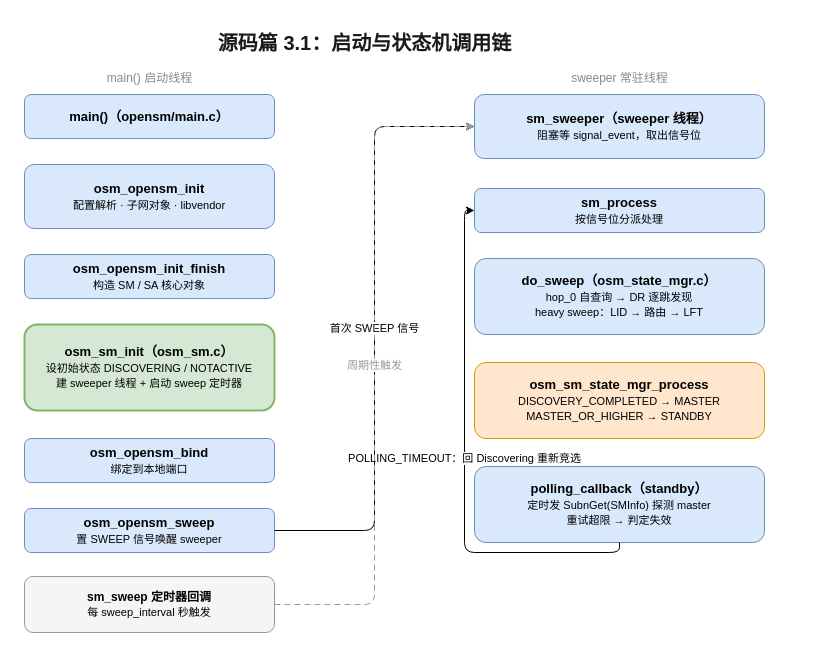
Above: images/23-opensm-code-startup.drawio in xiaok1051/Articles (draw.io), before the change. Source tidied: cells renumbered, new cells numbered last; positions are measured from the earlier drawing's top-left corner, leaving out a move shared by most shapes. Both pictures are drawn from the tidied source at 100%, with x=0, y=0 at pixel (24, 24).
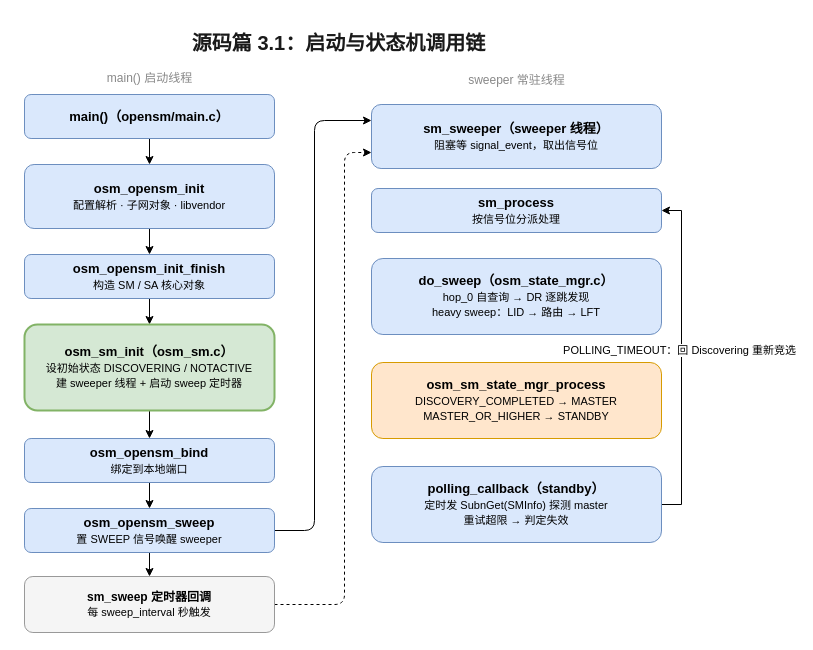
The same diagram, later.

Commit message (it also covers changes not shown here):
redraw(opensm): 按手动调整重绘 3.1 启动调用链图

.drawio 源由用户手动调整：定时器移至 osm_opensm_sweep 下方、
POLLING_TIMEOUT 回环改右侧绕行。据此重绘 SVG 并导出 PNG。

Unchanged cells that the change refers to:
```xml
<mxCell id="5" value="&lt;b&gt;main()（opensm/main.c）&lt;/b&gt;" style="rounded=1;whiteSpace=wrap;html=1;fillColor=#dae8fc;strokeColor=#6c8ebf;fontSize=13;" parent="1" vertex="1">
  <mxGeometry y="70" width="250" height="44" as="geometry" />
</mxCell>
<mxCell id="6" value="&lt;b&gt;osm_opensm_init&lt;/b&gt;&lt;br&gt;&lt;font style=&quot;font-size:11px&quot;&gt;配置解析 · 子网对象 · libvendor&lt;/font&gt;" style="rounded=1;whiteSpace=wrap;html=1;fillColor=#dae8fc;strokeColor=#6c8ebf;fontSize=13;" parent="1" vertex="1">
  <mxGeometry y="140" width="250" height="64" as="geometry" />
</mxCell>
<mxCell id="7" value="&lt;b&gt;osm_opensm_init_finish&lt;/b&gt;&lt;br&gt;&lt;font style=&quot;font-size:11px&quot;&gt;构造 SM / SA 核心对象&lt;/font&gt;" style="rounded=1;whiteSpace=wrap;html=1;fillColor=#dae8fc;strokeColor=#6c8ebf;fontSize=13;" parent="1" vertex="1">
  <mxGeometry y="230" width="250" height="44" as="geometry" />
</mxCell>
<mxCell id="8" value="&lt;b&gt;osm_sm_init（osm_sm.c）&lt;/b&gt;&lt;br&gt;&lt;font style=&quot;font-size:11px&quot;&gt;设初始状态 DISCOVERING / NOTACTIVE&lt;br&gt;建 sweeper 线程 + 启动 sweep 定时器&lt;/font&gt;" style="rounded=1;whiteSpace=wrap;html=1;fillColor=#d5e8d4;strokeColor=#82b366;strokeWidth=2;fontSize=13;" parent="1" vertex="1">
  <mxGeometry y="300" width="250" height="86" as="geometry" />
</mxCell>
<mxCell id="9" value="&lt;b&gt;osm_opensm_bind&lt;/b&gt;&lt;br&gt;&lt;font style=&quot;font-size:11px&quot;&gt;绑定到本地端口&lt;/font&gt;" style="rounded=1;whiteSpace=wrap;html=1;fillColor=#dae8fc;strokeColor=#6c8ebf;fontSize=13;" parent="1" vertex="1">
  <mxGeometry y="414" width="250" height="44" as="geometry" />
</mxCell>
<mxCell id="10" value="&lt;b&gt;osm_opensm_sweep&lt;/b&gt;&lt;br&gt;&lt;font style=&quot;font-size:11px&quot;&gt;置 SWEEP 信号唤醒 sweeper&lt;/font&gt;" style="rounded=1;whiteSpace=wrap;html=1;fillColor=#dae8fc;strokeColor=#6c8ebf;fontSize=13;" parent="1" vertex="1">
  <mxGeometry y="484" width="250" height="44" as="geometry" />
</mxCell>
<mxCell id="16" value="&lt;b&gt;sm_sweep 定时器回调&lt;/b&gt;&lt;br&gt;&lt;font style=&quot;font-size:11px&quot;&gt;每 sweep_interval 秒触发&lt;/font&gt;" style="rounded=1;whiteSpace=wrap;html=1;fillColor=#f5f5f5;strokeColor=#999999;fontSize=12;" parent="1" vertex="1">
  <mxGeometry y="552" width="250" height="56" as="geometry" />
</mxCell>
```

Diff of the diagram source:
```diff
@@
     <mxCell id="2" value="源码篇 3.1：启动与状态机调用链" style="text;html=1;fontSize=20;fontStyle=1;align=center;fontColor=#1a1a1a;" parent="1" vertex="1">
-      <mxGeometry x="140" width="400" height="30" as="geometry" />
+      <mxGeometry x="114" width="400" height="30" as="geometry" />
     </mxCell>
@@
     <mxCell id="4" value="sweeper 常驻线程" style="text;html=1;fontSize=12;align=center;fontColor=#888888;" parent="1" vertex="1">
-      <mxGeometry x="450" y="40" width="290" height="20" as="geometry" />
+      <mxGeometry x="347" y="42" width="290" height="20" as="geometry" />
     </mxCell>
+    <mxCell id="29" style="edgeStyle=orthogonalEdgeStyle;rounded=0;jettySize=auto;html=1;exitX=0.5;exitY=1;exitDx=0;exitDy=0;entryX=0.5;entryY=0;entryDx=0;entryDy=0;defaultLabelBackgroundColor=page;" parent="1" edge="1" source="5" target="6">
+      <mxGeometry relative="1" as="geometry" />
+    </mxCell>
@@
+    <mxCell id="30" style="edgeStyle=orthogonalEdgeStyle;rounded=0;jettySize=auto;html=1;exitX=0.5;exitY=1;exitDx=0;exitDy=0;entryX=0.5;entryY=0;entryDx=0;entryDy=0;defaultLabelBackgroundColor=page;" parent="1" edge="1" source="6" target="7">
+      <mxGeometry relative="1" as="geometry" />
+    </mxCell>
@@
+    <mxCell id="31" style="edgeStyle=orthogonalEdgeStyle;rounded=0;jettySize=auto;html=1;exitX=0.5;exitY=1;exitDx=0;exitDy=0;entryX=0.5;entryY=0;entryDx=0;entryDy=0;defaultLabelBackgroundColor=page;" parent="1" edge="1" source="7" target="8">
+      <mxGeometry relative="1" as="geometry" />
+    </mxCell>
@@
+    <mxCell id="32" style="edgeStyle=orthogonalEdgeStyle;rounded=0;jettySize=auto;html=1;exitX=0.5;exitY=1;exitDx=0;exitDy=0;entryX=0.5;entryY=0;entryDx=0;entryDy=0;defaultLabelBackgroundColor=page;" parent="1" edge="1" source="8" target="9">
+      <mxGeometry relative="1" as="geometry" />
+    </mxCell>
@@
+    <mxCell id="33" style="edgeStyle=orthogonalEdgeStyle;rounded=0;jettySize=auto;html=1;exitX=0.5;exitY=1;exitDx=0;exitDy=0;entryX=0.5;entryY=0;entryDx=0;entryDy=0;defaultLabelBackgroundColor=page;" parent="1" edge="1" source="9" target="10">
+      <mxGeometry relative="1" as="geometry" />
+    </mxCell>
@@
+    <mxCell id="27" style="edgeStyle=orthogonalEdgeStyle;rounded=1;jettySize=auto;html=1;exitX=1;exitY=0.5;exitDx=0;exitDy=0;entryX=0;entryY=0.25;entryDx=0;entryDy=0;defaultLabelBackgroundColor=page;curved=0;" parent="1" edge="1" source="10" target="11">
+      <mxGeometry relative="1" as="geometry">
+        <Array as="points">
+          <mxPoint x="290" y="506" />
+          <mxPoint x="290" y="96" />
+        </Array>
+      </mxGeometry>
+    </mxCell>
+    <mxCell id="34" style="edgeStyle=orthogonalEdgeStyle;rounded=0;jettySize=auto;html=1;exitX=0.5;exitY=1;exitDx=0;exitDy=0;entryX=0.5;entryY=0;entryDx=0;entryDy=0;defaultLabelBackgroundColor=page;" parent="1" edge="1" source="10" target="16">
+      <mxGeometry relative="1" as="geometry" />
+    </mxCell>
@@
     <mxCell id="11" value="&lt;b&gt;sm_sweeper（sweeper 线程）&lt;/b&gt;&lt;br&gt;&lt;font style=&quot;font-size:11px&quot;&gt;阻塞等 signal_event，取出信号位&lt;/font&gt;" style="rounded=1;whiteSpace=wrap;html=1;fillColor=#dae8fc;strokeColor=#6c8ebf;fontSize=13;" parent="1" vertex="1">
-      <mxGeometry x="450" y="70" width="290" height="64" as="geometry" />
+      <mxGeometry x="347" y="80" width="290" height="64" as="geometry" />
     </mxCell>
     <mxCell id="12" value="&lt;b&gt;sm_process&lt;/b&gt;&lt;br&gt;&lt;font style=&quot;font-size:11px&quot;&gt;按信号位分派处理&lt;/font&gt;" style="rounded=1;whiteSpace=wrap;html=1;fillColor=#dae8fc;strokeColor=#6c8ebf;fontSize=13;" parent="1" vertex="1">
-      <mxGeometry x="450" y="164" width="290" height="44" as="geometry" />
+      <mxGeometry x="347" y="164" width="290" height="44" as="geometry" />
     </mxCell>
     <mxCell id="13" value="&lt;b&gt;do_sweep（osm_state_mgr.c）&lt;/b&gt;&lt;br&gt;&lt;font style=&quot;font-size:11px&quot;&gt;hop_0 自查询 → DR 逐跳发现&lt;br&gt;heavy sweep：LID → 路由 → LFT&lt;/font&gt;" style="rounded=1;whiteSpace=wrap;html=1;fillColor=#dae8fc;strokeColor=#6c8ebf;fontSize=13;" parent="1" vertex="1">
-      <mxGeometry x="450" y="234" width="290" height="76" as="geometry" />
+      <mxGeometry x="347" y="234" width="290" height="76" as="geometry" />
     </mxCell>
     <mxCell id="14" value="&lt;b&gt;osm_sm_state_mgr_process&lt;/b&gt;&lt;br&gt;&lt;font style=&quot;font-size:11px&quot;&gt;DISCOVERY_COMPLETED → MASTER&lt;br&gt;MASTER_OR_HIGHER → STANDBY&lt;/font&gt;" style="rounded=1;whiteSpace=wrap;html=1;fillColor=#ffe6cc;strokeColor=#d79b00;fontSize=13;" parent="1" vertex="1">
-      <mxGeometry x="450" y="338" width="290" height="76" as="geometry" />
+      <mxGeometry x="347" y="338" width="290" height="76" as="geometry" />
     </mxCell>
+    <mxCell id="35" style="edgeStyle=orthogonalEdgeStyle;rounded=0;jettySize=auto;html=1;exitX=1;exitY=0.5;exitDx=0;exitDy=0;entryX=1;entryY=0.5;entryDx=0;entryDy=0;defaultLabelBackgroundColor=page;" parent="1" edge="1" source="15" target="12">
+      <mxGeometry relative="1" as="geometry" />
+    </mxCell>
+    <mxCell id="26" value="&lt;span style=&quot;background-color: rgb(255, 255, 255);&quot;&gt;POLLING_TIMEOUT：回 Discovering 重新竞选&lt;/span&gt;" style="edgeLabel;html=1;align=center;verticalAlign=middle;inheritText=1;defaultLabelBackgroundColor=page;" parent="35" vertex="1">
+      <mxGeometry x="0.03" y="3" relative="1" as="geometry">
+        <mxPoint y="-3" as="offset" />
+      </mxGeometry>
+    </mxCell>
     <mxCell id="15" value="&lt;b&gt;polling_callback（standby）&lt;/b&gt;&lt;br&gt;&lt;font style=&quot;font-size:11px&quot;&gt;定时发 SubnGet(SMInfo) 探测 master&lt;br&gt;重试超限 → 判定失效&lt;/font&gt;" style="rounded=1;whiteSpace=wrap;html=1;fillColor=#dae8fc;strokeColor=#6c8ebf;fontSize=13;" parent="1" vertex="1">
-      <mxGeometry x="450" y="442" width="290" height="76" as="geometry" />
+      <mxGeometry x="347" y="442" width="290" height="76" as="geometry" />
     </mxCell>
+    <mxCell id="28" style="edgeStyle=orthogonalEdgeStyle;rounded=1;jettySize=auto;html=1;exitX=1;exitY=0.5;exitDx=0;exitDy=0;entryX=0;entryY=0.75;entryDx=0;entryDy=0;defaultLabelBackgroundColor=page;dashed=1;curved=0;" parent="1" edge="1" source="16" target="11">
+      <mxGeometry relative="1" as="geometry">
+        <Array as="points">
+          <mxPoint x="320" y="580" />
+          <mxPoint x="320" y="128" />
+        </Array>
+      </mxGeometry>
+    </mxCell>
@@
-    <mxCell id="26" value="POLLING_TIMEOUT：回 Discovering 重新竞选" style="edgeStyle=orthogonalEdgeStyle;html=1;exitX=0.5;exitY=1;entryX=0;entryY=0.5;" parent="1" edge="1" source="15" target="12">
-      <mxGeometry relative="1" as="geometry" />
-    </mxCell>
-    <mxCell id="27" value="首次 SWEEP 信号" style="edgeStyle=orthogonalEdgeStyle;html=1;exitX=1;exitY=0.5;entryX=0;entryY=0.5;" parent="1" edge="1" source="10" target="11">
-      <mxGeometry relative="1" as="geometry" />
-    </mxCell>
-    <mxCell id="28" value="周期性触发" style="edgeStyle=orthogonalEdgeStyle;html=1;dashed=1;dashPattern=6 4;strokeColor=#999999;fontColor=#999999;exitX=1;exitY=0.5;entryX=0;entryY=0.5;" parent="1" edge="1" source="16" target="11">
-      <mxGeometry relative="1" as="geometry" />
-    </mxCell>
```
